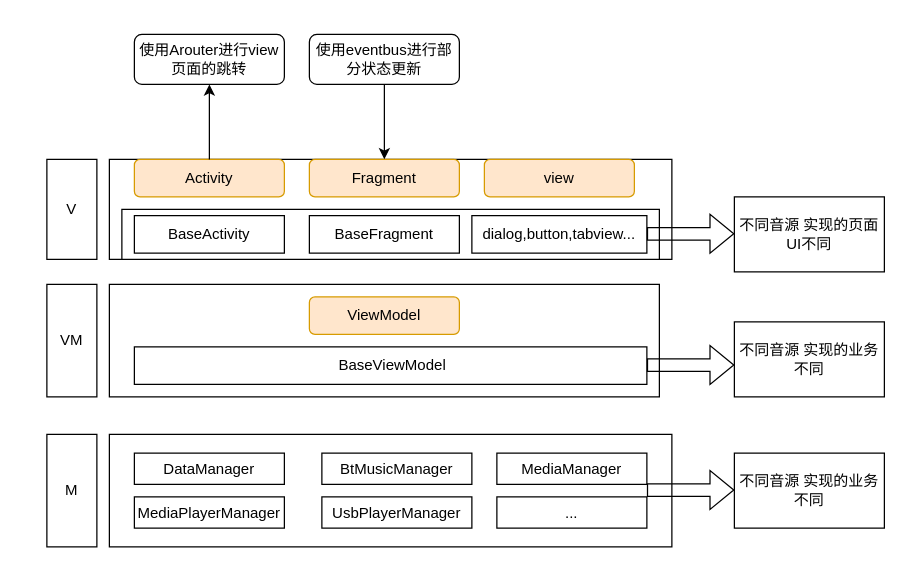
NewPlayerAndroid/Latest-Interview keeps this draw.io diagram as page "第 1 页" (1 of 2) of 未命名绘图.drawio. Above is the earlier version. Source tidied: cells renumbered, new cells numbered last; positions are measured from the earlier drawing's top-left corner, leaving out a move shared by most shapes. Both pictures are drawn from the tidied source at 125%, with x=0, y=0 at pixel (21, 34).
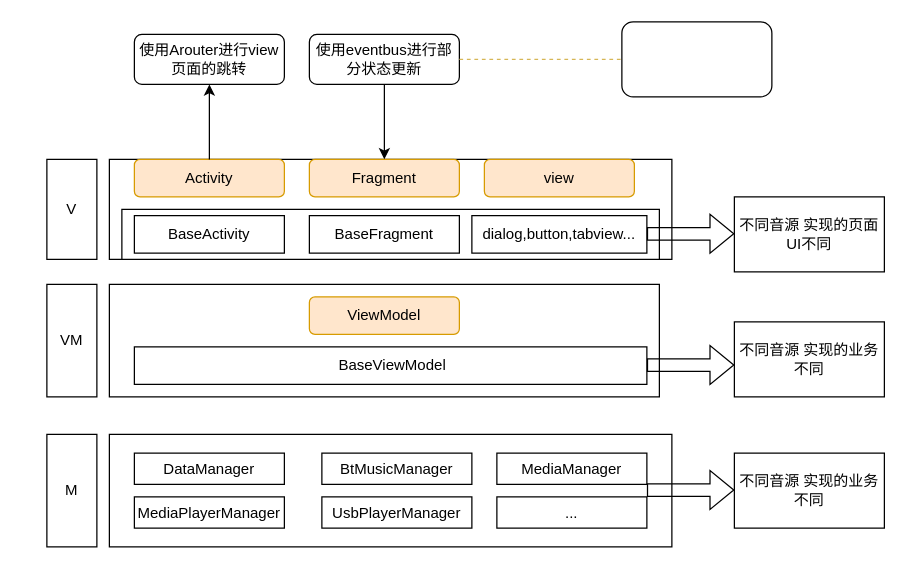
The same diagram, later.

Unchanged cells that the change refers to:
```xml
<mxCell id="34" value="使用eventbus进行部分状态更新" style="rounded=1;whiteSpace=wrap;html=1;" parent="1" vertex="1">
  <mxGeometry x="230" width="120" height="40" as="geometry" />
</mxCell>
```

What changed in the source:
```diff
@@
+    <mxCell id="35" style="endArrow=none;dashed=1;html=1;rounded=0;exitX=1;exitY=0.5;exitDx=0;exitDy=0;fillColor=#fff2cc;strokeColor=#d6b656;" parent="1" edge="1" source="34">
+      <mxGeometry relative="1" as="geometry">
+        <mxPoint x="480" y="20" as="targetPoint" />
+      </mxGeometry>
+    </mxCell>
+    <mxCell id="36" style="rounded=1;whiteSpace=wrap;html=1;" parent="1" vertex="1">
+      <mxGeometry x="480" y="-10" width="120" height="60" as="geometry" />
+    </mxCell>
```
